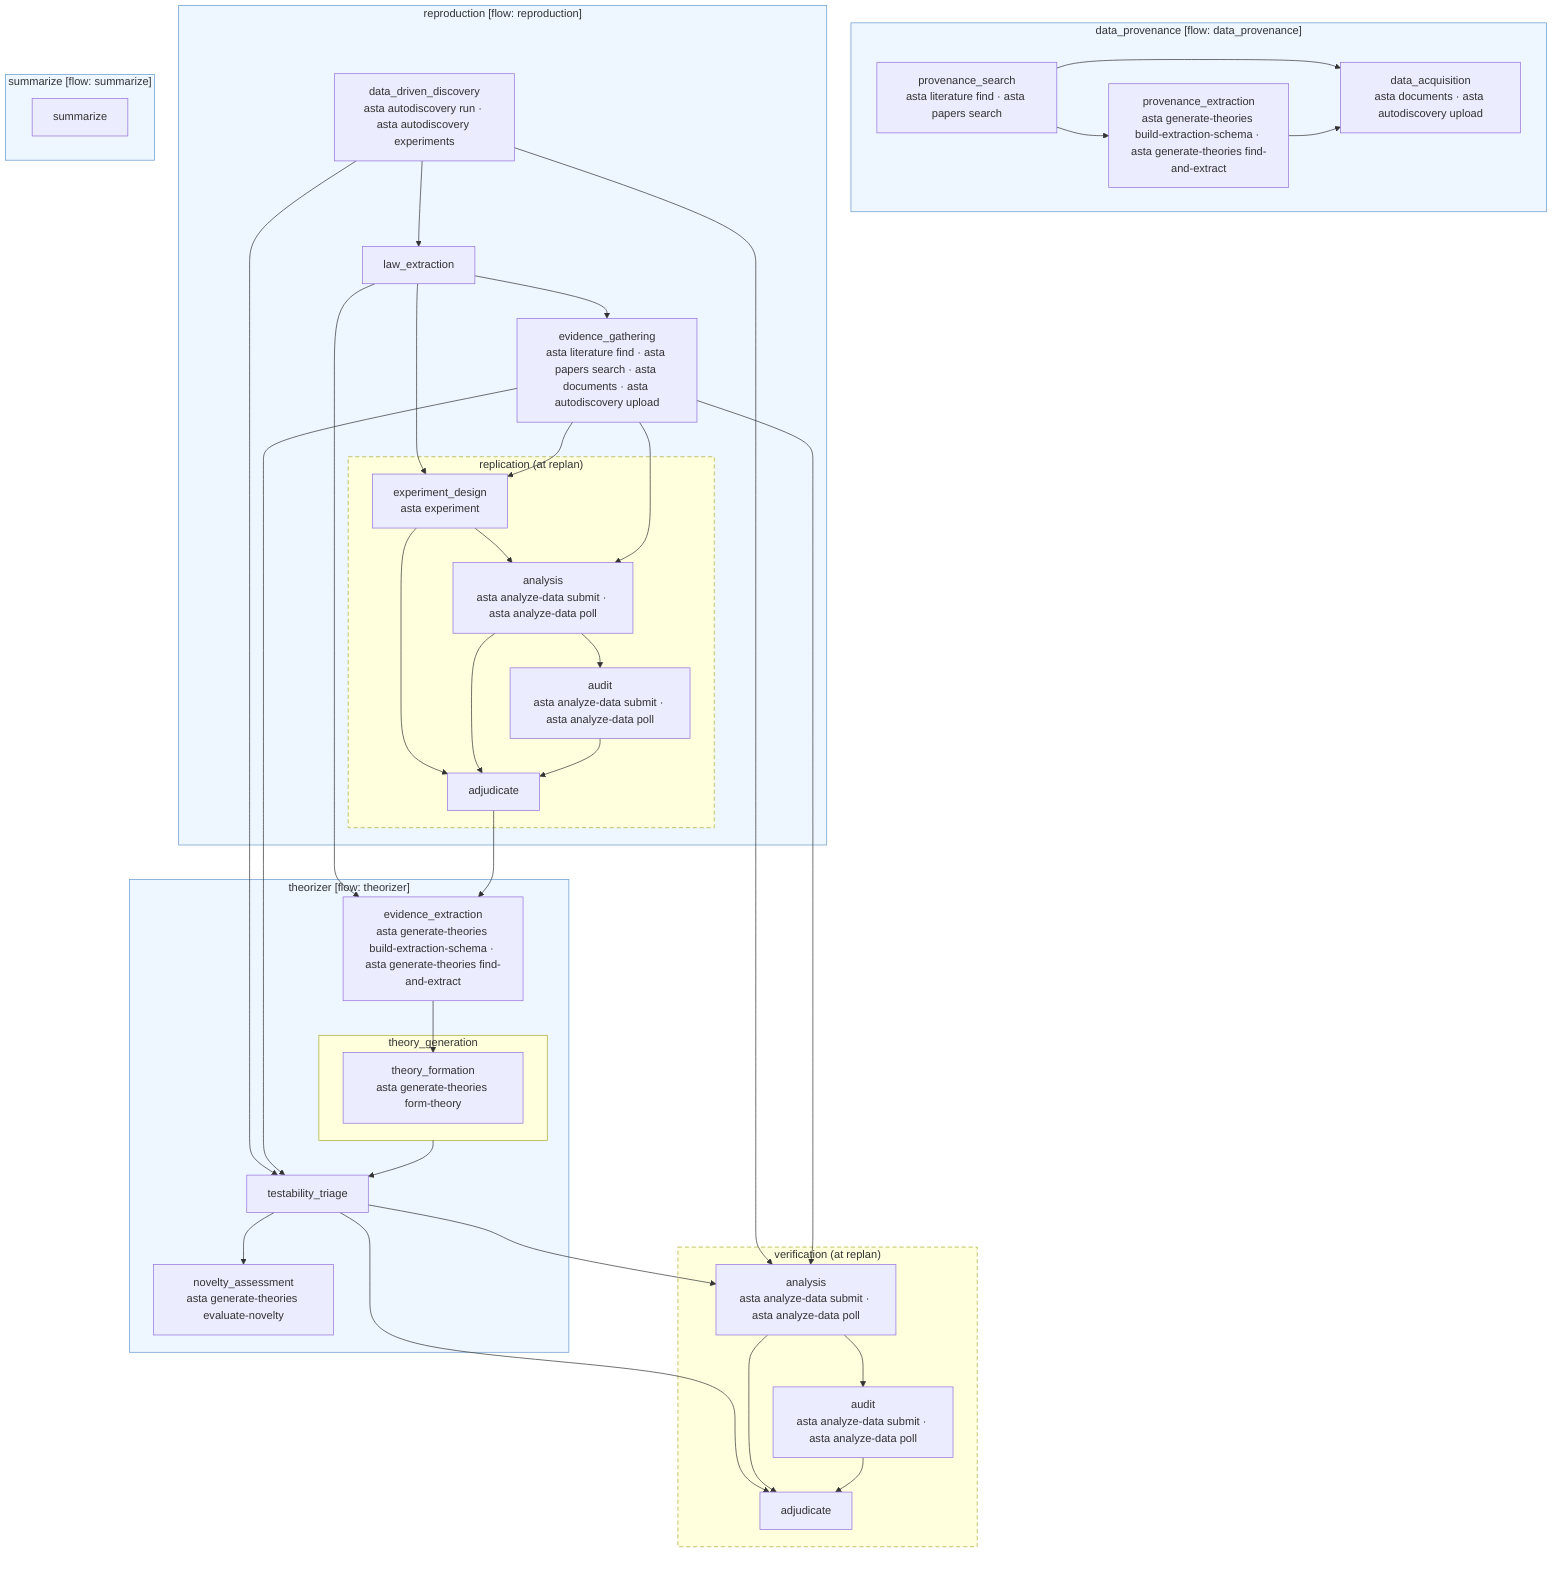
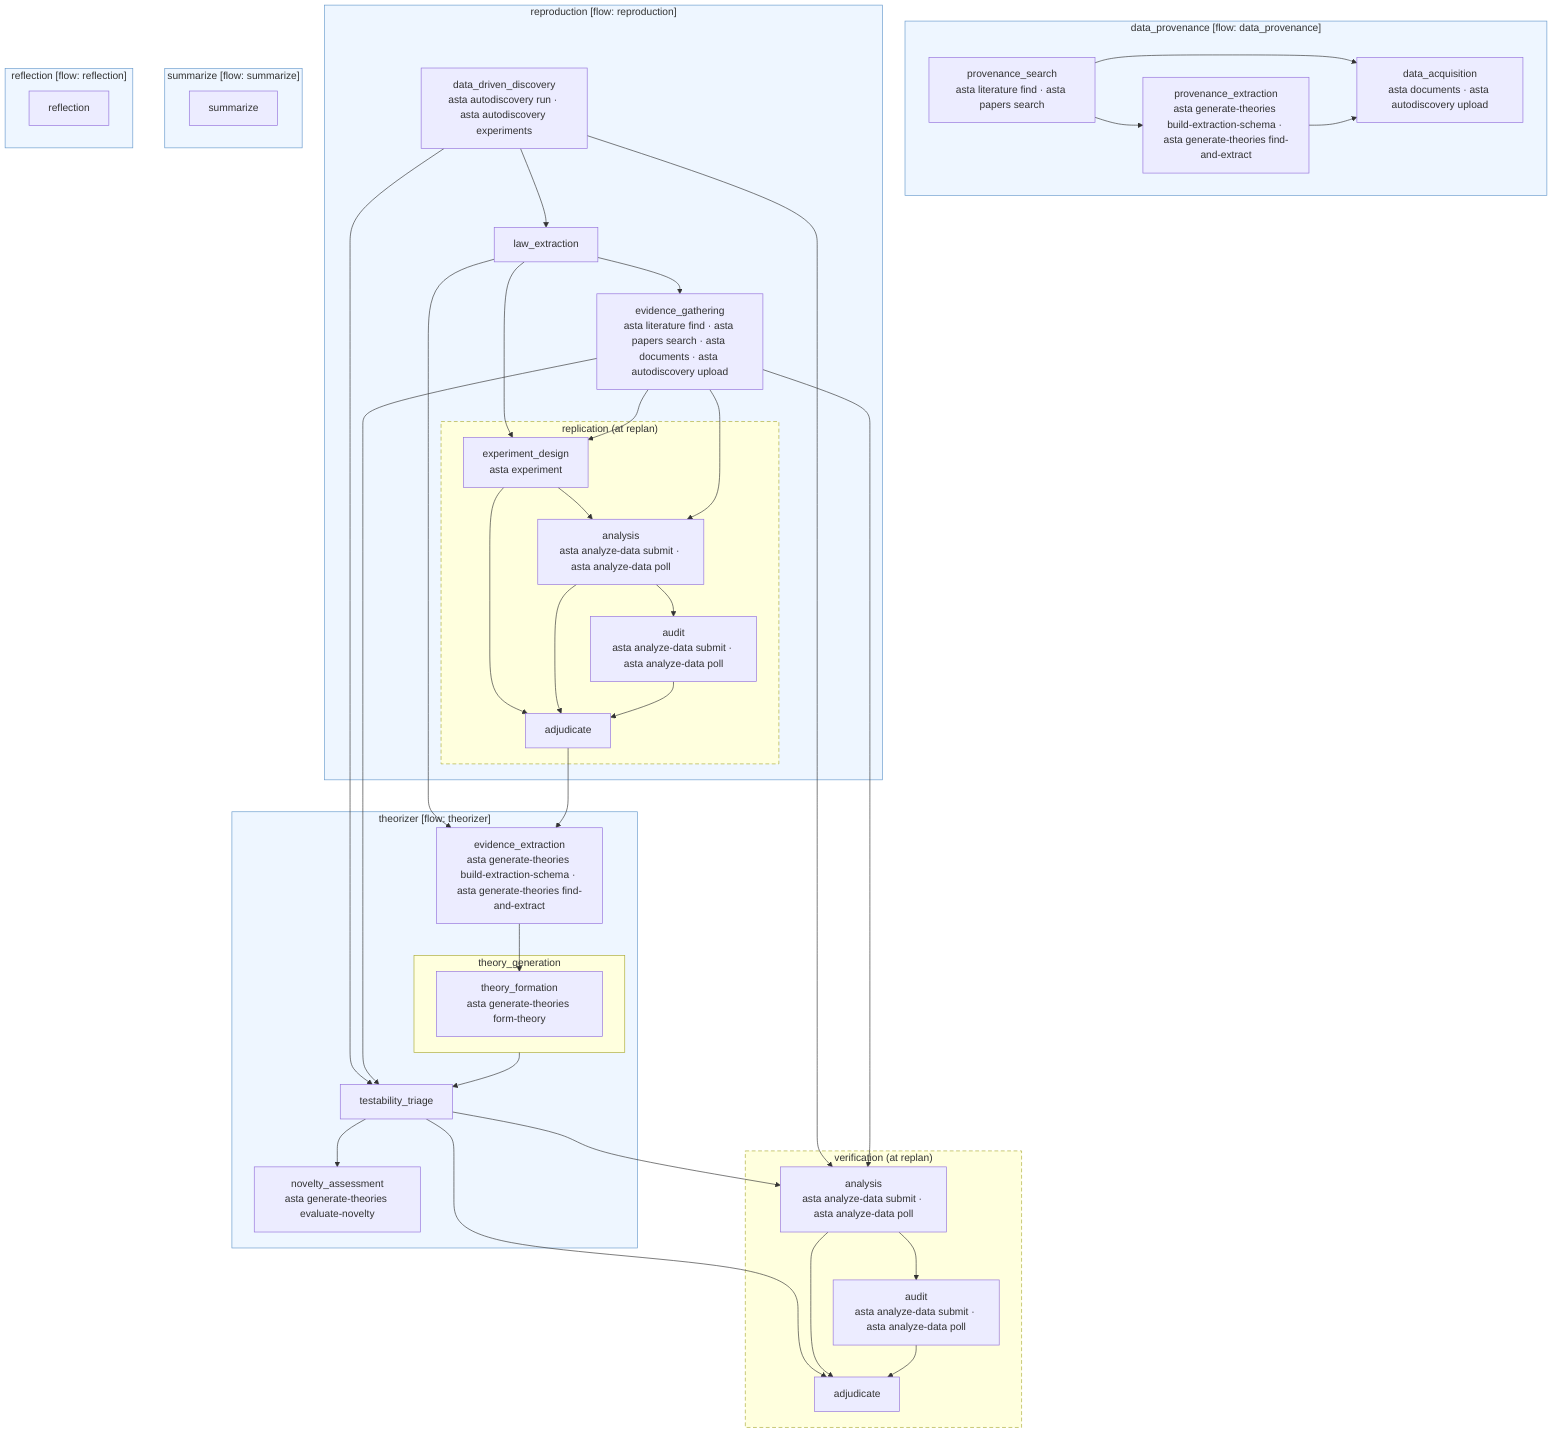
%% data_and_literature_grounded_theory_generation — generated by scripts/compile-schemas.py from assets/schemas.yaml; do not edit
%% solid arrows: input wiring · dashed: inputs satisfied outside this flow
flowchart TD
  classDef replan stroke-dasharray: 6 4
  classDef embed fill:#eef6ff,stroke:#6699cc
  classDef external stroke-dasharray: 3 3,color:#888888
  subgraph data_provenance["data_provenance [flow: data_provenance]"]
    data_provenance__provenance_search["provenance_search<br/>asta literature find · asta papers search"]
    data_provenance__provenance_extraction["provenance_extraction<br/>asta generate-theories build-extraction-schema · asta generate-theories find-and-extract"]
    data_provenance__data_acquisition["data_acquisition<br/>asta documents · asta autodiscovery upload"]
  end
  class data_provenance embed
  subgraph reproduction["reproduction [flow: reproduction]"]
    reproduction__data_driven_discovery["data_driven_discovery<br/>asta autodiscovery run · asta autodiscovery experiments"]
    reproduction__law_extraction["law_extraction"]
    reproduction__evidence_gathering["evidence_gathering<br/>asta literature find · asta papers search · asta documents · asta autodiscovery upload"]
    subgraph reproduction__replication["replication (at replan)"]
      reproduction__replication__experiment_design["experiment_design<br/>asta experiment"]
      reproduction__replication__analysis["analysis<br/>asta analyze-data submit · asta analyze-data poll"]
      reproduction__replication__audit["audit<br/>asta analyze-data submit · asta analyze-data poll"]
      reproduction__replication__adjudicate["adjudicate"]
    end
    class reproduction__replication replan
  end
  class reproduction embed
  subgraph theorizer["theorizer [flow: theorizer]"]
    theorizer__evidence_extraction["evidence_extraction<br/>asta generate-theories build-extraction-schema · asta generate-theories find-and-extract"]
    subgraph theorizer__theory_generation["theory_generation"]
      theorizer__theory_generation__theory_formation["theory_formation<br/>asta generate-theories form-theory"]
    end
    theorizer__testability_triage["testability_triage"]
    theorizer__novelty_assessment["novelty_assessment<br/>asta generate-theories evaluate-novelty"]
  end
  class theorizer embed
  subgraph verification["verification (at replan)"]
    verification__analysis["analysis<br/>asta analyze-data submit · asta analyze-data poll"]
    verification__audit["audit<br/>asta analyze-data submit · asta analyze-data poll"]
    verification__adjudicate["adjudicate"]
  end
  class verification replan
  subgraph summarize["summarize [flow: summarize]"]
    summarize__summarize["summarize"]
  end
  class summarize embed
+   subgraph reflection["reflection [flow: reflection]"]
+     reflection__reflection["reflection"]
+   end
+   class reflection embed
  data_provenance__provenance_search --> data_provenance__provenance_extraction
  data_provenance__provenance_search --> data_provenance__data_acquisition
  data_provenance__provenance_extraction --> data_provenance__data_acquisition
  reproduction__data_driven_discovery --> reproduction__law_extraction
  reproduction__law_extraction --> reproduction__evidence_gathering
  reproduction__law_extraction --> reproduction__replication__experiment_design
  reproduction__evidence_gathering --> reproduction__replication__experiment_design
  reproduction__replication__experiment_design --> reproduction__replication__analysis
  reproduction__evidence_gathering --> reproduction__replication__analysis
  reproduction__replication__analysis --> reproduction__replication__audit
  reproduction__replication__experiment_design --> reproduction__replication__adjudicate
  reproduction__replication__analysis --> reproduction__replication__adjudicate
  reproduction__replication__audit --> reproduction__replication__adjudicate
  reproduction__law_extraction --> theorizer__evidence_extraction
  reproduction__replication__adjudicate --> theorizer__evidence_extraction
  theorizer__evidence_extraction --> theorizer__theory_generation__theory_formation
  theorizer__theory_generation --> theorizer__testability_triage
  reproduction__data_driven_discovery --> theorizer__testability_triage
  reproduction__evidence_gathering --> theorizer__testability_triage
  theorizer__testability_triage --> theorizer__novelty_assessment
  theorizer__testability_triage --> verification__analysis
  reproduction__data_driven_discovery --> verification__analysis
  reproduction__evidence_gathering --> verification__analysis
  verification__analysis --> verification__audit
  theorizer__testability_triage --> verification__adjudicate
  verification__analysis --> verification__adjudicate
  verification__audit --> verification__adjudicate
